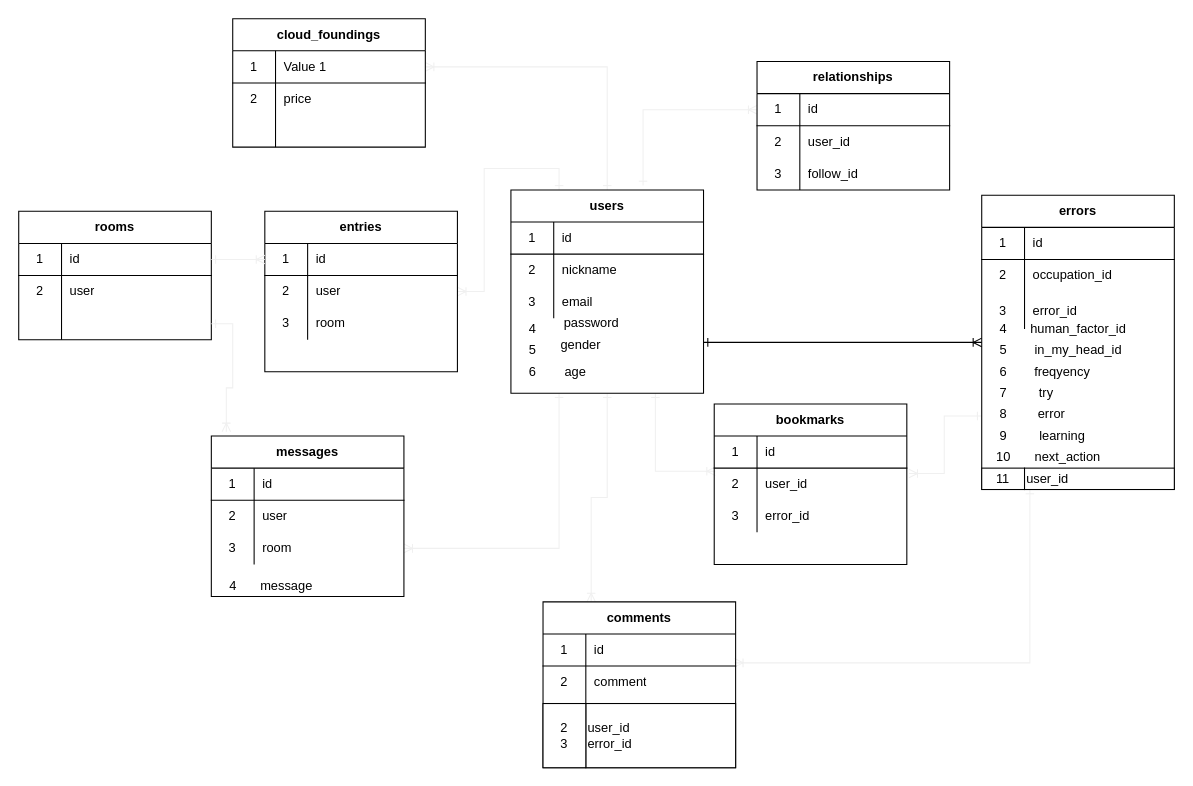
JiM707502345/errors_original_app keeps this draw.io diagram as errors-origin-app.dio. Above is the earlier version. Source tidied: cells renumbered, new cells numbered last; positions are measured from the earlier drawing's top-left corner, leaving out a move shared by most shapes. Both pictures are drawn from the tidied source at 107%, with x=0, y=0 at pixel (18, 18).
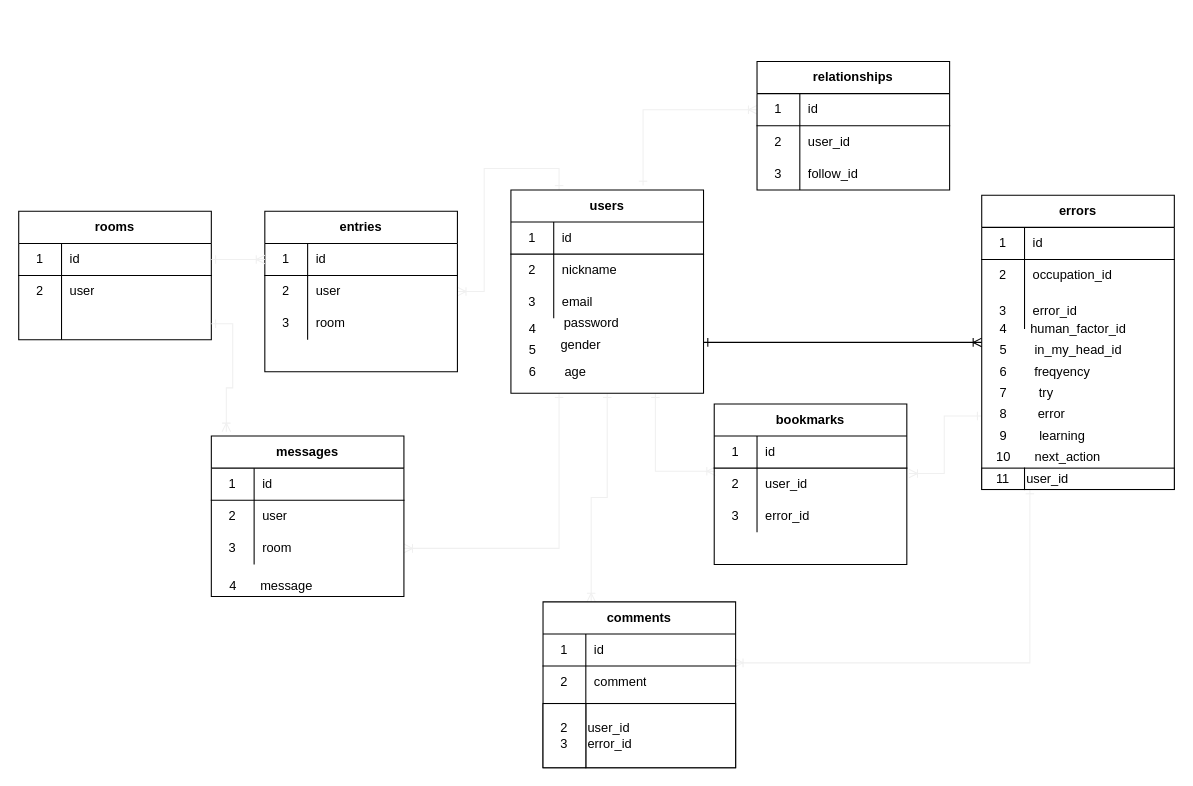
After the change.

The change refers to these unchanged cells:
```xml
<mxCell id="9" value="users" style="shape=table;html=1;whiteSpace=wrap;startSize=30;childLayout=tableLayout;rowLines=0;fontStyle=1;align=center;" parent="1" vertex="1">
  <mxGeometry x="460" y="160" width="180" height="190" as="geometry" />
</mxCell>
```

Change to the diagram source:
```diff
@@
-    <mxCell id="8" style="edgeStyle=orthogonalEdgeStyle;rounded=0;jettySize=auto;html=1;exitX=0.5;exitY=0;exitDx=0;exitDy=0;entryX=1;entryY=0.5;entryDx=0;entryDy=0;startArrow=ERone;startFill=0;endArrow=ERoneToMany;endFill=0;strokeColor=#f0f0f0;" parent="1" edge="1" source="9" target="120">
-      <mxGeometry relative="1" as="geometry" />
-    </mxCell>
@@
-    <mxCell id="119" value="cloud_foundings" style="shape=table;html=1;whiteSpace=wrap;startSize=30;childLayout=tableLayout;rowLines=0;fontStyle=1;align=center;" parent="1" vertex="1">
-      <mxGeometry x="200" width="180" height="120" as="geometry" />
-    </mxCell>
-    <mxCell id="120" style="shape=partialRectangle;html=1;whiteSpace=wrap;fillColor=none;top=0;left=0;bottom=1;right=0;points=[[0,0.5],[1,0.5]];portConstraint=eastwest;" parent="119" vertex="1">
-      <mxGeometry y="30" width="180" height="30" as="geometry" />
-    </mxCell>
-    <mxCell id="121" value="1" style="shape=partialRectangle;html=1;whiteSpace=wrap;fillColor=none;top=0;left=0;bottom=0;right=0;overflow=hidden;" parent="120" vertex="1">
-      <mxGeometry width="40" height="30" as="geometry" />
-    </mxCell>
-    <mxCell id="122" value="Value 1" style="shape=partialRectangle;html=1;whiteSpace=wrap;fillColor=none;top=0;left=0;bottom=0;right=0;align=left;spacingLeft=6;overflow=hidden;" parent="120" vertex="1">
-      <mxGeometry x="40" width="140" height="30" as="geometry" />
-    </mxCell>
-    <mxCell id="123" style="shape=partialRectangle;html=1;whiteSpace=wrap;fillColor=none;top=0;left=0;bottom=0;right=0;" parent="119" vertex="1">
-      <mxGeometry y="60" width="180" height="30" as="geometry" />
-    </mxCell>
-    <mxCell id="124" value="2" style="shape=partialRectangle;html=1;whiteSpace=wrap;fillColor=none;top=0;left=0;bottom=0;right=0;overflow=hidden;" parent="123" vertex="1">
-      <mxGeometry width="40" height="30" as="geometry" />
-    </mxCell>
-    <mxCell id="125" value="price" style="shape=partialRectangle;html=1;whiteSpace=wrap;fillColor=none;top=0;left=0;bottom=0;right=0;align=left;spacingLeft=6;overflow=hidden;" parent="123" vertex="1">
-      <mxGeometry x="40" width="140" height="30" as="geometry" />
-    </mxCell>
-    <mxCell id="126" style="shape=partialRectangle;html=1;whiteSpace=wrap;fillColor=none;top=0;left=0;bottom=0;right=0;" parent="119" vertex="1">
-      <mxGeometry y="90" width="180" height="30" as="geometry" />
-    </mxCell>
-    <mxCell id="127" style="shape=partialRectangle;html=1;whiteSpace=wrap;fillColor=none;top=0;left=0;bottom=0;right=0;overflow=hidden;" parent="126" vertex="1">
-      <mxGeometry width="40" height="30" as="geometry" />
-    </mxCell>
-    <mxCell id="128" style="shape=partialRectangle;html=1;whiteSpace=wrap;fillColor=none;top=0;left=0;bottom=0;right=0;align=left;spacingLeft=6;overflow=hidden;" parent="126" vertex="1">
-      <mxGeometry x="40" width="140" height="30" as="geometry" />
-    </mxCell>
```
